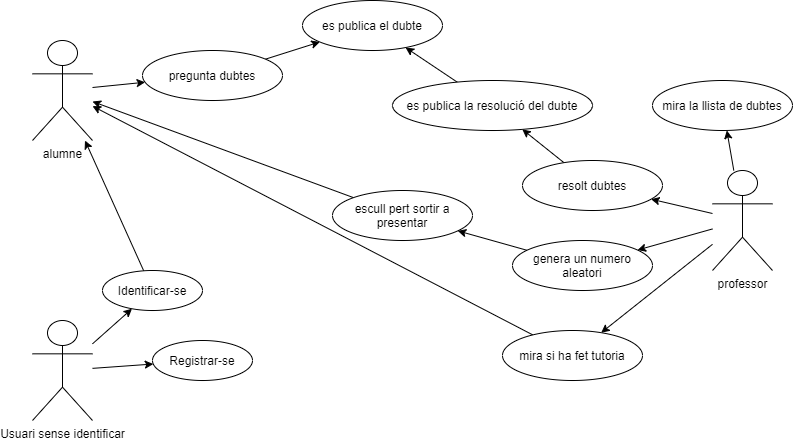
Earlier version of the draw.io export Diagrames/CasosUs.drawio.png (Projecte4-Webs-al-punt/Projecte4-Gestor-de-Torns-Professors). Source tidied: cells renumbered, new cells last; positions are measured from the earlier drawing's top-left corner, leaving out a move shared by most shapes.
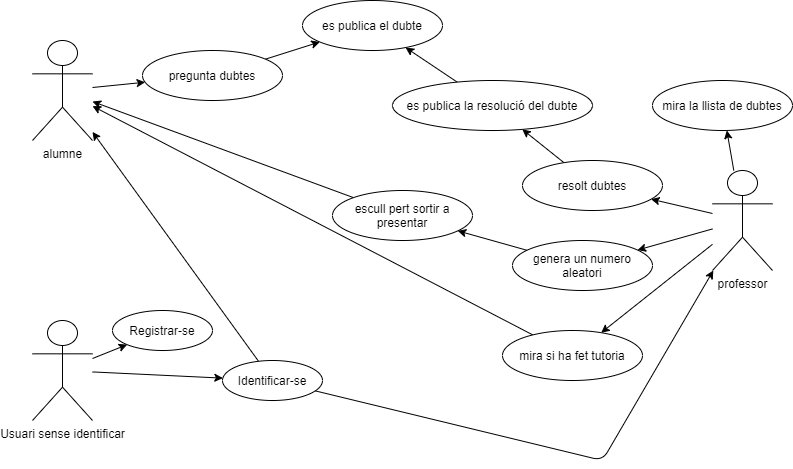
After the change.

Commit message:
diagrama de casos d'us fet. I recordeu Cor i Anima en cada LINIA DE CODI

What changed in the source:
```diff
@@ -14,11 +14,18 @@
     <mxCell id="5" style="edgeStyle=none;html=1;" parent="1" edge="1" source="6" target="9">
       <mxGeometry relative="1" as="geometry" />
     </mxCell>
+    <mxCell id="29" style="edgeStyle=none;html=1;" parent="1" edge="1" source="6" target="13">
+      <mxGeometry relative="1" as="geometry">
+        <Array as="points">
+          <mxPoint x="570" y="460" />
+        </Array>
+      </mxGeometry>
+    </mxCell>
     <mxCell id="6" value="Identificar-se" style="ellipse;whiteSpace=wrap;html=1;" parent="1" vertex="1">
-      <mxGeometry x="70" y="270" width="100" height="40" as="geometry" />
+      <mxGeometry x="190" y="360" width="100" height="40" as="geometry" />
     </mxCell>
     <mxCell id="7" value="Registrar-se" style="ellipse;whiteSpace=wrap;html=1;" parent="1" vertex="1">
-      <mxGeometry x="120" y="340" width="100" height="40" as="geometry" />
+      <mxGeometry x="80" y="310" width="100" height="40" as="geometry" />
     </mxCell>
     <mxCell id="8" style="edgeStyle=none;html=1;" parent="1" edge="1" source="9" target="15">
       <mxGeometry relative="1" as="geometry" />
```
